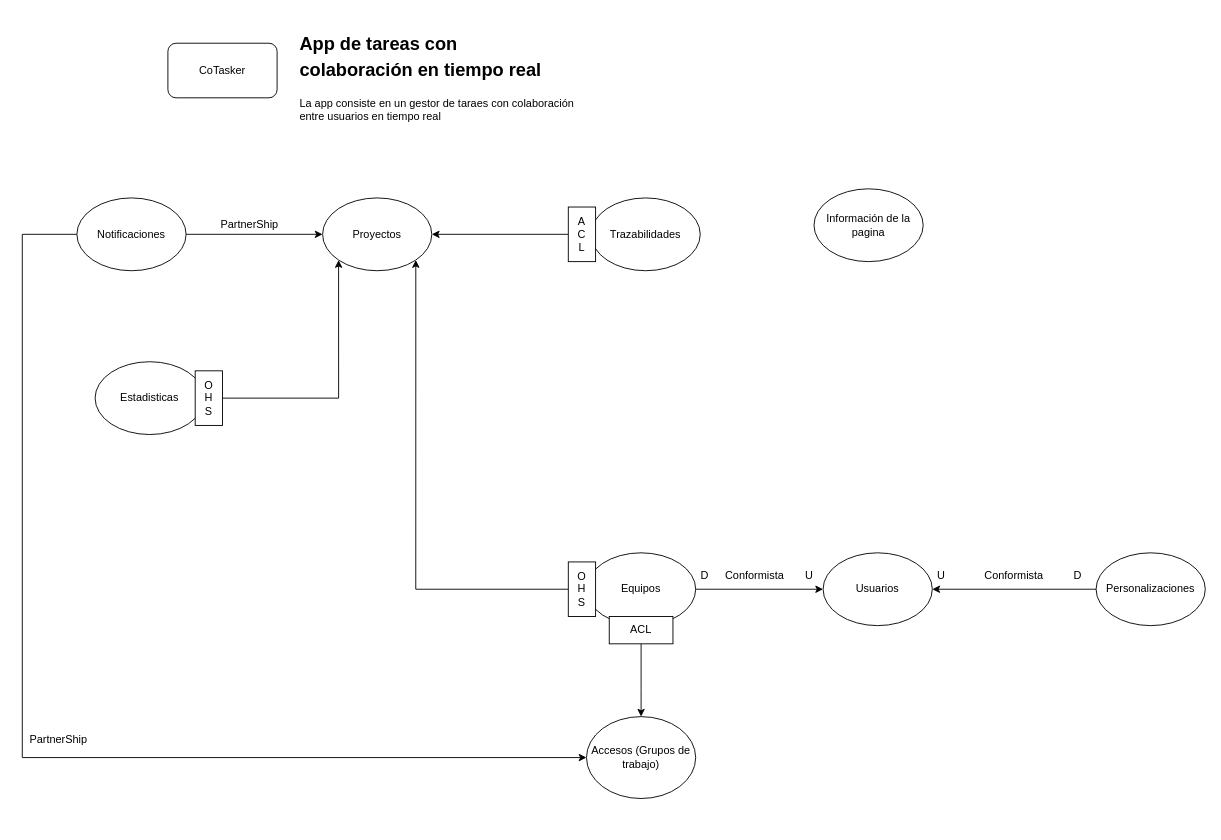
Before: page "BoundedContext" (2 of 13) of CoTasker_BoundedContext.drawio in Migue1409-KP/DOO-working-group, a draw.io diagram. Source tidied: cells renumbered, new cells numbered last; positions are measured from the earlier drawing's top-left corner, leaving out a move shared by most shapes. Both pictures are drawn from the tidied source at 91%, with x=0, y=0 at pixel (22, 25).
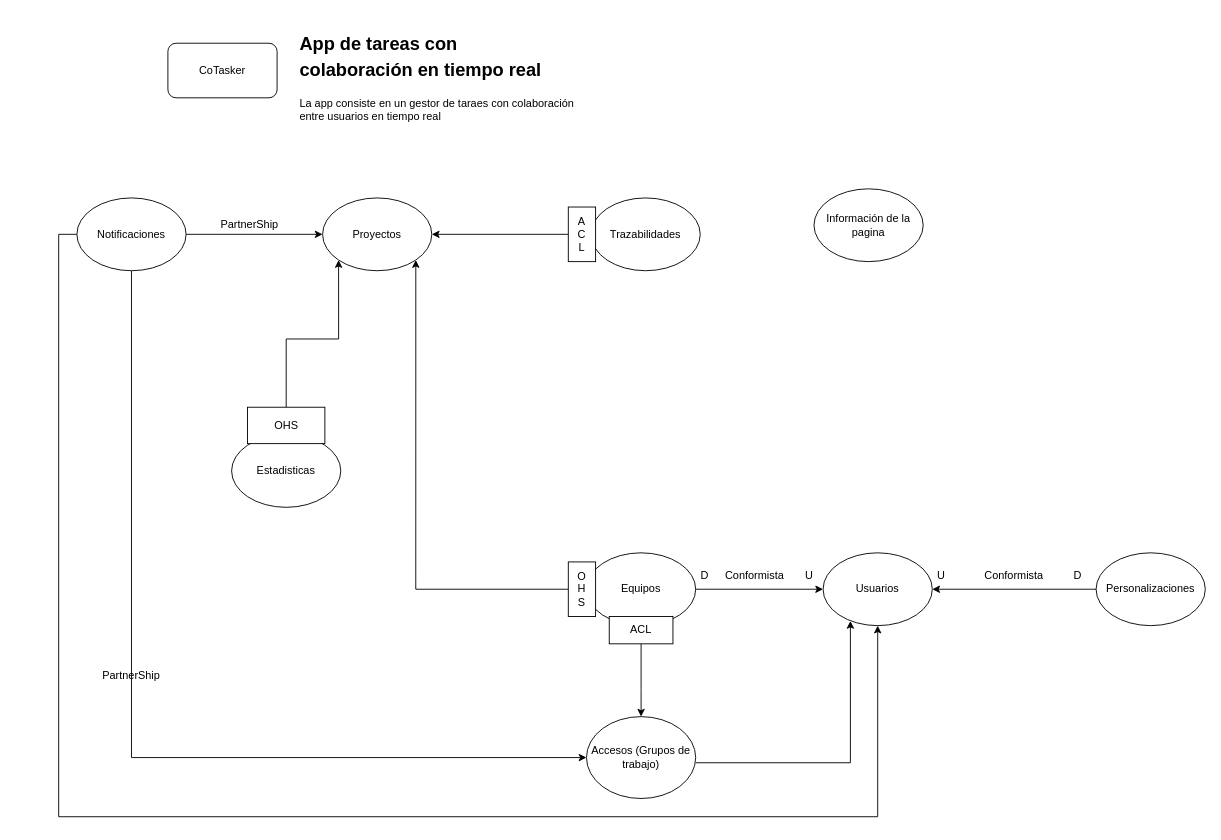
The same page after the edit.

The change refers to these unchanged cells:
```xml
<mxCell id="6" value="Usuarios" style="ellipse;whiteSpace=wrap;html=1;" parent="1" vertex="1">
  <mxGeometry x="880" y="580" width="120" height="80" as="geometry" />
</mxCell>
<mxCell id="12" value="Accesos (Grupos de trabajo)" style="ellipse;whiteSpace=wrap;html=1;" parent="1" vertex="1">
  <mxGeometry x="620" y="760" width="120" height="90" as="geometry" />
</mxCell>
<mxCell id="14" value="Notificaciones" style="ellipse;whiteSpace=wrap;html=1;" parent="1" vertex="1">
  <mxGeometry x="60" y="190" width="120" height="80" as="geometry" />
</mxCell>
```

Change to the diagram source:
```diff
@@
     <mxCell id="11" value="Estadisticas" style="ellipse;whiteSpace=wrap;html=1;" parent="1" vertex="1">
-      <mxGeometry x="80" y="370" width="120" height="80" as="geometry" />
+      <mxGeometry x="230" y="450" width="120" height="80" as="geometry" />
     </mxCell>
+    <mxCell id="35" style="edgeStyle=orthogonalEdgeStyle;rounded=0;jettySize=auto;html=1;exitX=1;exitY=0.5;exitDx=0;exitDy=0;entryX=0.25;entryY=0.936;entryDx=0;entryDy=0;entryPerimeter=0;" parent="1" edge="1" target="6">
+      <mxGeometry relative="1" as="geometry">
+        <mxPoint x="740" y="810.7" as="sourcePoint" />
+        <Array as="points">
+          <mxPoint x="910" y="811" />
+        </Array>
+      </mxGeometry>
+    </mxCell>
@@
-    <mxCell id="13" style="edgeStyle=orthogonalEdgeStyle;rounded=0;jettySize=auto;html=1;exitX=0;exitY=0.5;exitDx=0;exitDy=0;entryX=0;entryY=0.5;entryDx=0;entryDy=0;" parent="1" edge="1" source="14" target="12">
+    <mxCell id="13" style="edgeStyle=orthogonalEdgeStyle;rounded=0;jettySize=auto;html=1;exitX=0.5;exitY=1;exitDx=0;exitDy=0;entryX=0;entryY=0.5;entryDx=0;entryDy=0;" parent="1" edge="1" source="14" target="12">
       <mxGeometry relative="1" as="geometry">
         <Array as="points">
-          <mxPoint y="230" />
-          <mxPoint y="805" />
+          <mxPoint x="120" y="805" />
         </Array>
       </mxGeometry>
     </mxCell>
+    <mxCell id="36" style="edgeStyle=orthogonalEdgeStyle;rounded=0;jettySize=auto;html=1;exitX=0;exitY=0.5;exitDx=0;exitDy=0;entryX=0.5;entryY=1;entryDx=0;entryDy=0;" parent="1" edge="1" source="14" target="6">
+      <mxGeometry relative="1" as="geometry">
+        <Array as="points">
+          <mxPoint x="40" y="230" />
+          <mxPoint x="40" y="870" />
+          <mxPoint x="940" y="870" />
+        </Array>
+      </mxGeometry>
+    </mxCell>
@@
-    <mxCell id="21" value="O&lt;br&gt;H&lt;br&gt;S" style="rounded=0;whiteSpace=wrap;html=1;" parent="1" vertex="1">
-      <mxGeometry x="190" y="380" width="30" height="60" as="geometry" />
+    <mxCell id="21" value="OHS" style="rounded=0;whiteSpace=wrap;html=1;" parent="1" vertex="1">
+      <mxGeometry x="247.5" y="420" width="85" height="40" as="geometry" />
     </mxCell>
@@
     <mxCell id="34" value="PartnerShip" style="text;html=1;strokeColor=none;fillColor=none;align=center;verticalAlign=middle;whiteSpace=wrap;rounded=0;" parent="1" vertex="1">
-      <mxGeometry x="10" y="770" width="60" height="30" as="geometry" />
+      <mxGeometry x="90" y="700" width="60" height="30" as="geometry" />
     </mxCell>
```
